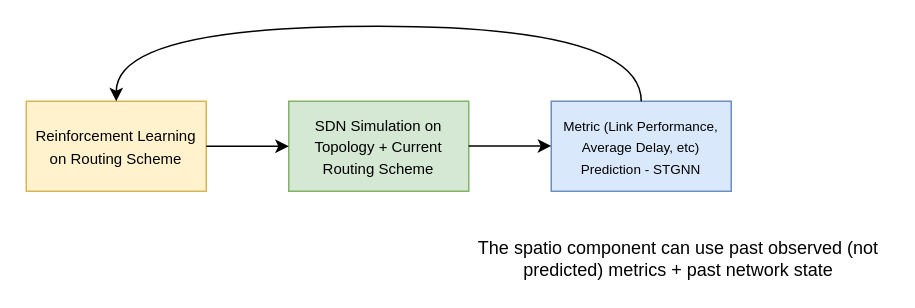
Ryhime/IndependentStudy keeps this draw.io diagram as Methodology/Structure.drawio. Above is the earlier version. Source tidied: cells renumbered, new cells numbered last; positions are measured from the earlier drawing's top-left corner, leaving out a move shared by most shapes. Both pictures are drawn from the tidied source at 150%, with x=0, y=0 at pixel (26, 26).
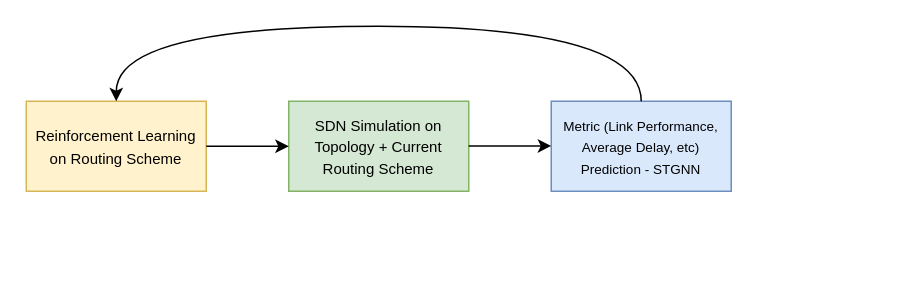
Above is the later version.

Diff of the diagram source:
```diff
@@
 <mxGraphModel>
   <root>
     <mxCell id="0" />
     <mxCell id="1" parent="0" />
     <mxCell id="2" value="&lt;font style=&quot;font-size: 10px;&quot;&gt;SDN Simulation on Topology + Current Routing Scheme&lt;/font&gt;" style="whiteSpace=wrap;html=1;fillColor=#d5e8d4;strokeColor=#82b366;" parent="1" vertex="1">
       <mxGeometry x="175" y="50" width="120" height="60" as="geometry" />
     </mxCell>
     <mxCell id="3" value="&lt;font style=&quot;font-size: 9px;&quot;&gt;Metric (Link Performance, Average Delay, etc) Prediction - STGNN&lt;/font&gt;" style="whiteSpace=wrap;html=1;fillColor=#dae8fc;strokeColor=#6c8ebf;" parent="1" vertex="1">
       <mxGeometry x="350" y="50" width="120" height="60" as="geometry" />
     </mxCell>
     <mxCell id="4" value="&lt;font style=&quot;font-size: 10px;&quot;&gt;Reinforcement Learning on Routing Scheme&lt;/font&gt;" style="whiteSpace=wrap;html=1;fillColor=#fff2cc;strokeColor=#d6b656;" parent="1" vertex="1">
       <mxGeometry y="50" width="120" height="60" as="geometry" />
     </mxCell>
-    <mxCell id="5" value="The spatio component can use past observed (not predicted) metrics + past network state" style="text;strokeColor=none;align=center;fillColor=none;html=1;verticalAlign=middle;whiteSpace=wrap;rounded=0;" parent="1" vertex="1">
-      <mxGeometry x="295" y="140" width="280" height="30" as="geometry" />
-    </mxCell>
     <mxCell id="6" style="edgeStyle=none;jettySize=auto;html=1;entryX=0;entryY=0.5;entryDx=0;entryDy=0;exitX=1;exitY=0.5;exitDx=0;exitDy=0;" parent="1" edge="1" source="4" target="2">
       <mxGeometry relative="1" as="geometry" />
     </mxCell>
     <mxCell id="7" style="edgeStyle=none;orthogonalLoop=1;jettySize=auto;html=1;entryX=0;entryY=0.5;entryDx=0;entryDy=0;exitX=1;exitY=0.5;exitDx=0;exitDy=0;" parent="1" edge="1">
       <mxGeometry relative="1" as="geometry">
         <mxPoint x="295" y="79.8" as="sourcePoint" />
         <mxPoint x="350" y="79.8" as="targetPoint" />
       </mxGeometry>
     </mxCell>
     <mxCell id="8" style="edgeStyle=orthogonalEdgeStyle;jettySize=auto;html=1;entryX=0.5;entryY=0;entryDx=0;entryDy=0;exitX=0.5;exitY=0;exitDx=0;exitDy=0;curved=1;" parent="1" edge="1" source="3" target="4">
       <mxGeometry relative="1" as="geometry">
         <Array as="points">
           <mxPoint x="410" />
           <mxPoint x="60" />
         </Array>
       </mxGeometry>
     </mxCell>
   </root>
 </mxGraphModel>
```
